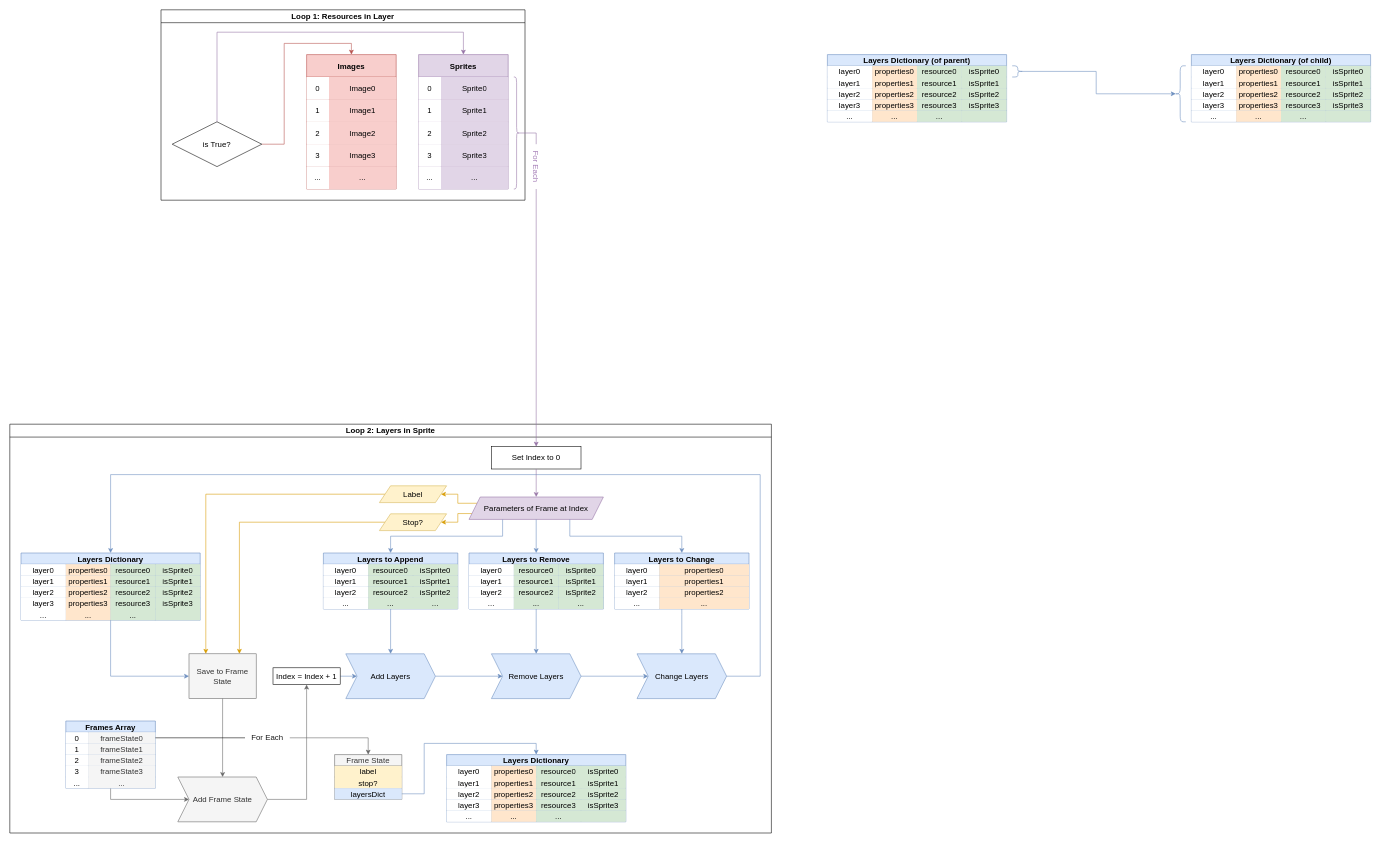
Before: ResourceLoading.drawio in TheInfinityUser/PvZ2-Decoding, a draw.io diagram. Source tidied: cells renumbered, new cells numbered last; positions are measured from the earlier drawing's top-left corner, leaving out a move shared by most shapes. Both pictures are drawn from the tidied source at 56%, with x=0, y=0 at pixel (10, 10).
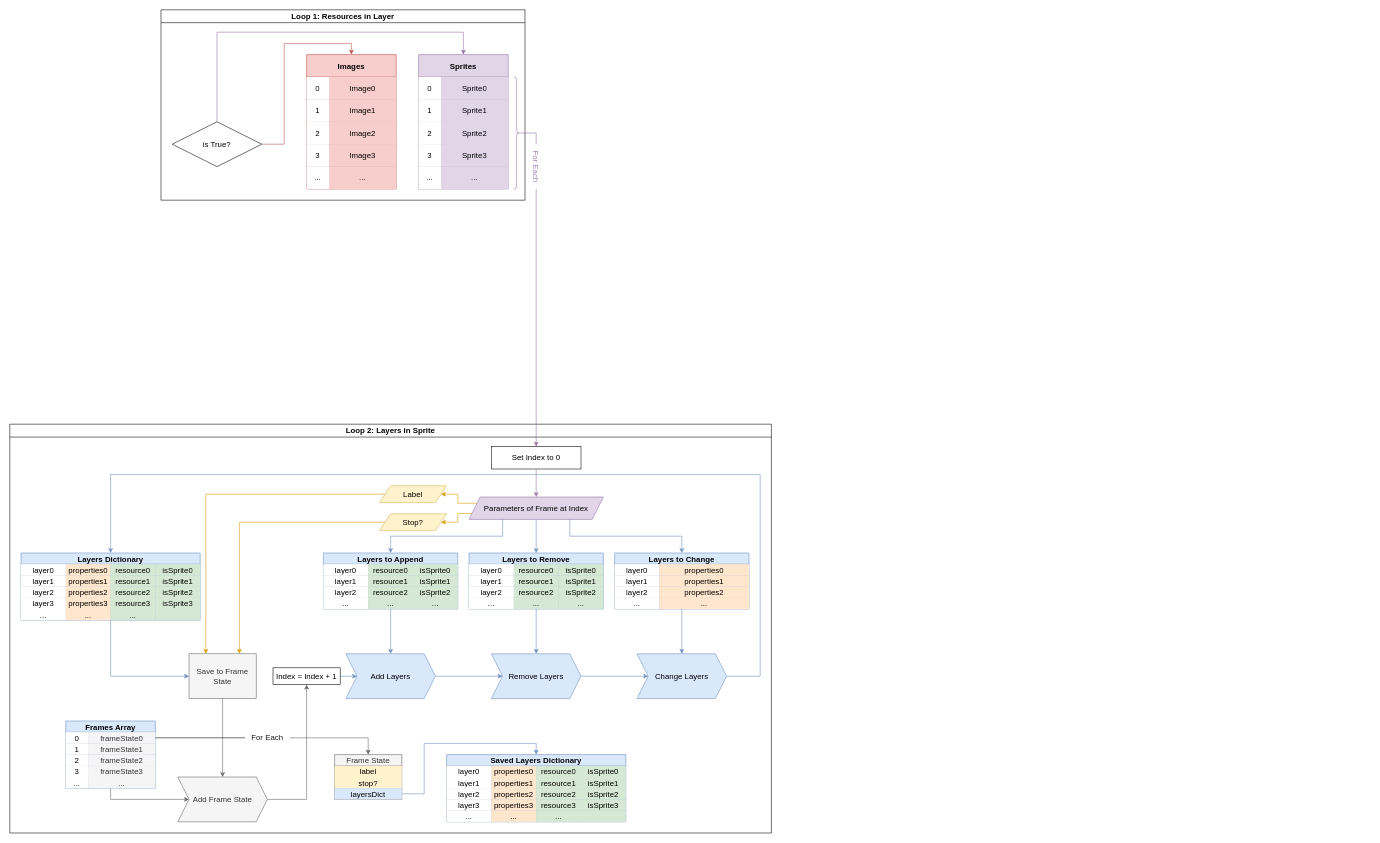
Above is the later version.

The change refers to these unchanged cells:
```xml
<mxCell id="2" value="Loop 2: Layers in Sprite" style="swimlane;whiteSpace=wrap;html=1;labelBackgroundColor=none;fontSize=14;" parent="1" vertex="1">
  <mxGeometry y="740" width="1360" height="730" as="geometry" />
</mxCell>
```

Change to the diagram source:
```diff
@@
-    <mxCell id="123" value="Layers Dictionary" style="shape=table;startSize=20;childLayout=tableLayout;strokeColor=#6c8ebf;fontSize=14;fillColor=#dae8fc;fontStyle=1;" parent="2" vertex="1">
+    <mxCell id="123" value="Saved Layers Dictionary" style="shape=table;startSize=20;childLayout=tableLayout;strokeColor=#6c8ebf;fontSize=14;fillColor=#dae8fc;fontStyle=1;" parent="2" vertex="1">
       <mxGeometry x="780" y="590" width="320" height="120" as="geometry" />
     </mxCell>
@@
-    <mxCell id="198" value="Layers Dictionary (of parent)" style="shape=table;startSize=20;childLayout=tableLayout;strokeColor=#6c8ebf;fontSize=14;fillColor=#dae8fc;fontStyle=1;" parent="1" vertex="1">
-      <mxGeometry x="1460" y="80" width="320" height="120" as="geometry" />
-    </mxCell>
-    <mxCell id="199" style="shape=tableRow;horizontal=0;startSize=0;swimlaneHead=0;swimlaneBody=0;strokeColor=inherit;top=0;left=0;bottom=0;right=0;fillColor=none;fontSize=14;" parent="198" vertex="1">
-      <mxGeometry y="20" width="320" height="20" as="geometry" />
-    </mxCell>
-    <mxCell id="200" value="layer0" style="shape=partialRectangle;html=1;whiteSpace=wrap;overflow=hidden;top=0;left=0;bottom=0;right=0;fontSize=14;" parent="199" vertex="1">
-      <mxGeometry width="80" height="20" as="geometry" />
-    </mxCell>
-    <mxCell id="201" value="properties0" style="shape=partialRectangle;html=1;whiteSpace=wrap;strokeColor=#d79b00;overflow=hidden;fillColor=#ffe6cc;top=0;left=0;bottom=0;right=0;fontSize=14;" parent="199" vertex="1">
-      <mxGeometry x="80" width="80" height="20" as="geometry" />
-    </mxCell>
-    <mxCell id="202" value="resource0" style="shape=partialRectangle;html=1;whiteSpace=wrap;strokeColor=#82b366;overflow=hidden;fillColor=#d5e8d4;top=0;left=0;bottom=0;right=0;fontSize=14;" parent="199" vertex="1">
-      <mxGeometry x="160" width="80" height="20" as="geometry" />
-    </mxCell>
-    <mxCell id="203" value="isSprite0" style="shape=partialRectangle;html=1;whiteSpace=wrap;strokeColor=#82b366;overflow=hidden;fillColor=#d5e8d4;top=0;left=0;bottom=0;right=0;fontSize=14;" parent="199" vertex="1">
-      <mxGeometry x="240" width="80" height="20" as="geometry" />
-    </mxCell>
-    <mxCell id="204" style="shape=tableRow;horizontal=0;startSize=0;swimlaneHead=0;swimlaneBody=0;strokeColor=inherit;top=0;left=0;bottom=0;right=0;fillColor=none;fontSize=14;" parent="198" vertex="1">
-      <mxGeometry y="40" width="320" height="20" as="geometry" />
-    </mxCell>
-    <mxCell id="205" value="layer1" style="shape=partialRectangle;html=1;whiteSpace=wrap;overflow=hidden;top=0;left=0;bottom=0;right=0;fontSize=14;" parent="204" vertex="1">
-      <mxGeometry width="80" height="20" as="geometry" />
-    </mxCell>
-    <mxCell id="206" value="properties1" style="shape=partialRectangle;html=1;whiteSpace=wrap;strokeColor=#d79b00;overflow=hidden;fillColor=#ffe6cc;top=0;left=0;bottom=0;right=0;fontSize=14;" parent="204" vertex="1">
-      <mxGeometry x="80" width="80" height="20" as="geometry" />
-    </mxCell>
-    <mxCell id="207" value="resource1" style="shape=partialRectangle;html=1;whiteSpace=wrap;strokeColor=#82b366;overflow=hidden;fillColor=#d5e8d4;top=0;left=0;bottom=0;right=0;fontSize=14;" parent="204" vertex="1">
-      <mxGeometry x="160" width="80" height="20" as="geometry" />
-    </mxCell>
-    <mxCell id="208" value="isSprite1" style="shape=partialRectangle;html=1;whiteSpace=wrap;strokeColor=#82b366;overflow=hidden;fillColor=#d5e8d4;top=0;left=0;bottom=0;right=0;fontSize=14;" parent="204" vertex="1">
-      <mxGeometry x="240" width="80" height="20" as="geometry" />
-    </mxCell>
-    <mxCell id="209" style="shape=tableRow;horizontal=0;startSize=0;swimlaneHead=0;swimlaneBody=0;strokeColor=inherit;top=0;left=0;bottom=0;right=0;fillColor=none;fontSize=14;" parent="198" vertex="1">
-      <mxGeometry y="60" width="320" height="20" as="geometry" />
-    </mxCell>
-    <mxCell id="210" value="layer2" style="shape=partialRectangle;html=1;whiteSpace=wrap;overflow=hidden;top=0;left=0;bottom=0;right=0;fontSize=14;" parent="209" vertex="1">
-      <mxGeometry width="80" height="20" as="geometry" />
-    </mxCell>
-    <mxCell id="211" value="properties2" style="shape=partialRectangle;html=1;whiteSpace=wrap;strokeColor=#d79b00;overflow=hidden;fillColor=#ffe6cc;top=0;left=0;bottom=0;right=0;fontSize=14;" parent="209" vertex="1">
-      <mxGeometry x="80" width="80" height="20" as="geometry" />
-    </mxCell>
-    <mxCell id="212" value="resource2" style="shape=partialRectangle;html=1;whiteSpace=wrap;strokeColor=#82b366;overflow=hidden;fillColor=#d5e8d4;top=0;left=0;bottom=0;right=0;fontSize=14;" parent="209" vertex="1">
-      <mxGeometry x="160" width="80" height="20" as="geometry" />
-    </mxCell>
-    <mxCell id="213" value="isSprite2" style="shape=partialRectangle;html=1;whiteSpace=wrap;strokeColor=#82b366;overflow=hidden;fillColor=#d5e8d4;top=0;left=0;bottom=0;right=0;fontSize=14;" parent="209" vertex="1">
-      <mxGeometry x="240" width="80" height="20" as="geometry" />
-    </mxCell>
-    <mxCell id="214" style="shape=tableRow;horizontal=0;startSize=0;swimlaneHead=0;swimlaneBody=0;strokeColor=inherit;top=0;left=0;bottom=0;right=0;fillColor=none;fontSize=14;" parent="198" vertex="1">
-      <mxGeometry y="80" width="320" height="20" as="geometry" />
-    </mxCell>
-    <mxCell id="215" value="layer3" style="shape=partialRectangle;html=1;whiteSpace=wrap;overflow=hidden;top=0;left=0;bottom=0;right=0;fontSize=14;" parent="214" vertex="1">
-      <mxGeometry width="80" height="20" as="geometry" />
-    </mxCell>
-    <mxCell id="216" value="properties3" style="shape=partialRectangle;html=1;whiteSpace=wrap;strokeColor=#d79b00;overflow=hidden;fillColor=#ffe6cc;top=0;left=0;bottom=0;right=0;fontSize=14;" parent="214" vertex="1">
-      <mxGeometry x="80" width="80" height="20" as="geometry" />
-    </mxCell>
-    <mxCell id="217" value="resource3" style="shape=partialRectangle;html=1;whiteSpace=wrap;strokeColor=#82b366;overflow=hidden;fillColor=#d5e8d4;top=0;left=0;bottom=0;right=0;fontSize=14;" parent="214" vertex="1">
-      <mxGeometry x="160" width="80" height="20" as="geometry" />
-    </mxCell>
-    <mxCell id="218" value="isSprite3" style="shape=partialRectangle;html=1;whiteSpace=wrap;strokeColor=#82b366;overflow=hidden;fillColor=#d5e8d4;top=0;left=0;bottom=0;right=0;fontSize=14;" parent="214" vertex="1">
-      <mxGeometry x="240" width="80" height="20" as="geometry" />
-    </mxCell>
-    <mxCell id="219" style="shape=tableRow;horizontal=0;startSize=0;swimlaneHead=0;swimlaneBody=0;strokeColor=inherit;top=0;left=0;bottom=0;right=0;fillColor=none;fontSize=14;" parent="198" vertex="1">
-      <mxGeometry y="100" width="320" height="20" as="geometry" />
-    </mxCell>
-    <mxCell id="220" value="..." style="shape=partialRectangle;html=1;whiteSpace=wrap;overflow=hidden;top=0;left=0;bottom=0;right=0;fontSize=14;" parent="219" vertex="1">
-      <mxGeometry width="80" height="20" as="geometry" />
-    </mxCell>
-    <mxCell id="221" value="..." style="shape=partialRectangle;html=1;whiteSpace=wrap;strokeColor=#d79b00;overflow=hidden;fillColor=#ffe6cc;top=0;left=0;bottom=0;right=0;fontSize=14;" parent="219" vertex="1">
-      <mxGeometry x="80" width="80" height="20" as="geometry" />
-    </mxCell>
-    <mxCell id="222" value="..." style="shape=partialRectangle;html=1;whiteSpace=wrap;strokeColor=#82b366;overflow=hidden;fillColor=#d5e8d4;top=0;left=0;bottom=0;right=0;fontSize=14;" parent="219" vertex="1">
-      <mxGeometry x="160" width="80" height="20" as="geometry" />
-    </mxCell>
-    <mxCell id="223" style="shape=partialRectangle;html=1;whiteSpace=wrap;strokeColor=#82b366;overflow=hidden;fillColor=#d5e8d4;top=0;left=0;bottom=0;right=0;fontSize=14;" parent="219" vertex="1">
-      <mxGeometry x="240" width="80" height="20" as="geometry" />
-    </mxCell>
-    <mxCell id="224" value="Layers Dictionary (of child)" style="shape=table;startSize=20;childLayout=tableLayout;strokeColor=#6c8ebf;fontSize=14;fillColor=#dae8fc;fontStyle=1;" parent="1" vertex="1">
-      <mxGeometry x="2110" y="80" width="320" height="120" as="geometry" />
-    </mxCell>
-    <mxCell id="225" style="shape=tableRow;horizontal=0;startSize=0;swimlaneHead=0;swimlaneBody=0;strokeColor=inherit;top=0;left=0;bottom=0;right=0;fillColor=none;fontSize=14;" parent="224" vertex="1">
-      <mxGeometry y="20" width="320" height="20" as="geometry" />
-    </mxCell>
-    <mxCell id="226" value="layer0" style="shape=partialRectangle;html=1;whiteSpace=wrap;overflow=hidden;top=0;left=0;bottom=0;right=0;fontSize=14;" parent="225" vertex="1">
-      <mxGeometry width="80" height="20" as="geometry" />
-    </mxCell>
-    <mxCell id="227" value="properties0" style="shape=partialRectangle;html=1;whiteSpace=wrap;strokeColor=#d79b00;overflow=hidden;fillColor=#ffe6cc;top=0;left=0;bottom=0;right=0;fontSize=14;" parent="225" vertex="1">
-      <mxGeometry x="80" width="80" height="20" as="geometry" />
-    </mxCell>
-    <mxCell id="228" value="resource0" style="shape=partialRectangle;html=1;whiteSpace=wrap;strokeColor=#82b366;overflow=hidden;fillColor=#d5e8d4;top=0;left=0;bottom=0;right=0;fontSize=14;" parent="225" vertex="1">
-      <mxGeometry x="160" width="80" height="20" as="geometry" />
-    </mxCell>
-    <mxCell id="229" value="isSprite0" style="shape=partialRectangle;html=1;whiteSpace=wrap;strokeColor=#82b366;overflow=hidden;fillColor=#d5e8d4;top=0;left=0;bottom=0;right=0;fontSize=14;" parent="225" vertex="1">
-      <mxGeometry x="240" width="80" height="20" as="geometry" />
-    </mxCell>
-    <mxCell id="230" style="shape=tableRow;horizontal=0;startSize=0;swimlaneHead=0;swimlaneBody=0;strokeColor=inherit;top=0;left=0;bottom=0;right=0;fillColor=none;fontSize=14;" parent="224" vertex="1">
-      <mxGeometry y="40" width="320" height="20" as="geometry" />
-    </mxCell>
-    <mxCell id="231" value="layer1" style="shape=partialRectangle;html=1;whiteSpace=wrap;overflow=hidden;top=0;left=0;bottom=0;right=0;fontSize=14;" parent="230" vertex="1">
-      <mxGeometry width="80" height="20" as="geometry" />
-    </mxCell>
-    <mxCell id="232" value="properties1" style="shape=partialRectangle;html=1;whiteSpace=wrap;strokeColor=#d79b00;overflow=hidden;fillColor=#ffe6cc;top=0;left=0;bottom=0;right=0;fontSize=14;" parent="230" vertex="1">
-      <mxGeometry x="80" width="80" height="20" as="geometry" />
-    </mxCell>
-    <mxCell id="233" value="resource1" style="shape=partialRectangle;html=1;whiteSpace=wrap;strokeColor=#82b366;overflow=hidden;fillColor=#d5e8d4;top=0;left=0;bottom=0;right=0;fontSize=14;" parent="230" vertex="1">
-      <mxGeometry x="160" width="80" height="20" as="geometry" />
-    </mxCell>
-    <mxCell id="234" value="isSprite1" style="shape=partialRectangle;html=1;whiteSpace=wrap;strokeColor=#82b366;overflow=hidden;fillColor=#d5e8d4;top=0;left=0;bottom=0;right=0;fontSize=14;" parent="230" vertex="1">
-      <mxGeometry x="240" width="80" height="20" as="geometry" />
-    </mxCell>
-    <mxCell id="235" style="shape=tableRow;horizontal=0;startSize=0;swimlaneHead=0;swimlaneBody=0;strokeColor=inherit;top=0;left=0;bottom=0;right=0;fillColor=none;fontSize=14;" parent="224" vertex="1">
-      <mxGeometry y="60" width="320" height="20" as="geometry" />
-    </mxCell>
-    <mxCell id="236" value="layer2" style="shape=partialRectangle;html=1;whiteSpace=wrap;overflow=hidden;top=0;left=0;bottom=0;right=0;fontSize=14;" parent="235" vertex="1">
-      <mxGeometry width="80" height="20" as="geometry" />
-    </mxCell>
-    <mxCell id="237" value="properties2" style="shape=partialRectangle;html=1;whiteSpace=wrap;strokeColor=#d79b00;overflow=hidden;fillColor=#ffe6cc;top=0;left=0;bottom=0;right=0;fontSize=14;" parent="235" vertex="1">
-      <mxGeometry x="80" width="80" height="20" as="geometry" />
-    </mxCell>
-    <mxCell id="238" value="resource2" style="shape=partialRectangle;html=1;whiteSpace=wrap;strokeColor=#82b366;overflow=hidden;fillColor=#d5e8d4;top=0;left=0;bottom=0;right=0;fontSize=14;" parent="235" vertex="1">
-      <mxGeometry x="160" width="80" height="20" as="geometry" />
-    </mxCell>
-    <mxCell id="239" value="isSprite2" style="shape=partialRectangle;html=1;whiteSpace=wrap;strokeColor=#82b366;overflow=hidden;fillColor=#d5e8d4;top=0;left=0;bottom=0;right=0;fontSize=14;" parent="235" vertex="1">
-      <mxGeometry x="240" width="80" height="20" as="geometry" />
-    </mxCell>
-    <mxCell id="240" style="shape=tableRow;horizontal=0;startSize=0;swimlaneHead=0;swimlaneBody=0;strokeColor=inherit;top=0;left=0;bottom=0;right=0;fillColor=none;fontSize=14;" parent="224" vertex="1">
-      <mxGeometry y="80" width="320" height="20" as="geometry" />
-    </mxCell>
-    <mxCell id="241" value="layer3" style="shape=partialRectangle;html=1;whiteSpace=wrap;overflow=hidden;top=0;left=0;bottom=0;right=0;fontSize=14;" parent="240" vertex="1">
-      <mxGeometry width="80" height="20" as="geometry" />
-    </mxCell>
-    <mxCell id="242" value="properties3" style="shape=partialRectangle;html=1;whiteSpace=wrap;strokeColor=#d79b00;overflow=hidden;fillColor=#ffe6cc;top=0;left=0;bottom=0;right=0;fontSize=14;" parent="240" vertex="1">
-      <mxGeometry x="80" width="80" height="20" as="geometry" />
-    </mxCell>
-    <mxCell id="243" value="resource3" style="shape=partialRectangle;html=1;whiteSpace=wrap;strokeColor=#82b366;overflow=hidden;fillColor=#d5e8d4;top=0;left=0;bottom=0;right=0;fontSize=14;" parent="240" vertex="1">
-      <mxGeometry x="160" width="80" height="20" as="geometry" />
-    </mxCell>
-    <mxCell id="244" value="isSprite3" style="shape=partialRectangle;html=1;whiteSpace=wrap;strokeColor=#82b366;overflow=hidden;fillColor=#d5e8d4;top=0;left=0;bottom=0;right=0;fontSize=14;" parent="240" vertex="1">
-      <mxGeometry x="240" width="80" height="20" as="geometry" />
-    </mxCell>
-    <mxCell id="245" style="shape=tableRow;horizontal=0;startSize=0;swimlaneHead=0;swimlaneBody=0;strokeColor=inherit;top=0;left=0;bottom=0;right=0;fillColor=none;fontSize=14;" parent="224" vertex="1">
-      <mxGeometry y="100" width="320" height="20" as="geometry" />
-    </mxCell>
-    <mxCell id="246" value="..." style="shape=partialRectangle;html=1;whiteSpace=wrap;overflow=hidden;top=0;left=0;bottom=0;right=0;fontSize=14;" parent="245" vertex="1">
-      <mxGeometry width="80" height="20" as="geometry" />
-    </mxCell>
-    <mxCell id="247" value="..." style="shape=partialRectangle;html=1;whiteSpace=wrap;strokeColor=#d79b00;overflow=hidden;fillColor=#ffe6cc;top=0;left=0;bottom=0;right=0;fontSize=14;" parent="245" vertex="1">
-      <mxGeometry x="80" width="80" height="20" as="geometry" />
-    </mxCell>
-    <mxCell id="248" value="..." style="shape=partialRectangle;html=1;whiteSpace=wrap;strokeColor=#82b366;overflow=hidden;fillColor=#d5e8d4;top=0;left=0;bottom=0;right=0;fontSize=14;" parent="245" vertex="1">
-      <mxGeometry x="160" width="80" height="20" as="geometry" />
-    </mxCell>
-    <mxCell id="249" style="shape=partialRectangle;html=1;whiteSpace=wrap;strokeColor=#82b366;overflow=hidden;fillColor=#d5e8d4;top=0;left=0;bottom=0;right=0;fontSize=14;" parent="245" vertex="1">
-      <mxGeometry x="240" width="80" height="20" as="geometry" />
-    </mxCell>
-    <mxCell id="250" style="edgeStyle=orthogonalEdgeStyle;rounded=0;jettySize=auto;html=1;exitX=0.1;exitY=0.5;exitDx=0;exitDy=0;exitPerimeter=0;entryX=0.1;entryY=0.5;entryDx=0;entryDy=0;entryPerimeter=0;fillColor=#dae8fc;strokeColor=#6c8ebf;" parent="1" edge="1" source="251" target="252">
-      <mxGeometry relative="1" as="geometry">
-        <Array as="points">
-          <mxPoint x="1940" y="110" />
-          <mxPoint x="1940" y="150" />
-        </Array>
-      </mxGeometry>
-    </mxCell>
-    <mxCell id="251" style="shape=curlyBracket;whiteSpace=wrap;html=1;rounded=1;flipH=1;labelPosition=right;verticalLabelPosition=middle;align=left;verticalAlign=middle;fillColor=#dae8fc;strokeColor=#6c8ebf;" parent="1" vertex="1">
-      <mxGeometry x="1790" y="100" width="20" height="20" as="geometry" />
-    </mxCell>
-    <mxCell id="252" style="shape=curlyBracket;whiteSpace=wrap;html=1;rounded=1;labelPosition=left;verticalLabelPosition=middle;align=right;verticalAlign=middle;fillColor=#dae8fc;strokeColor=#6c8ebf;" parent="1" vertex="1">
-      <mxGeometry x="2080" y="100" width="20" height="100" as="geometry" />
-    </mxCell>
```
